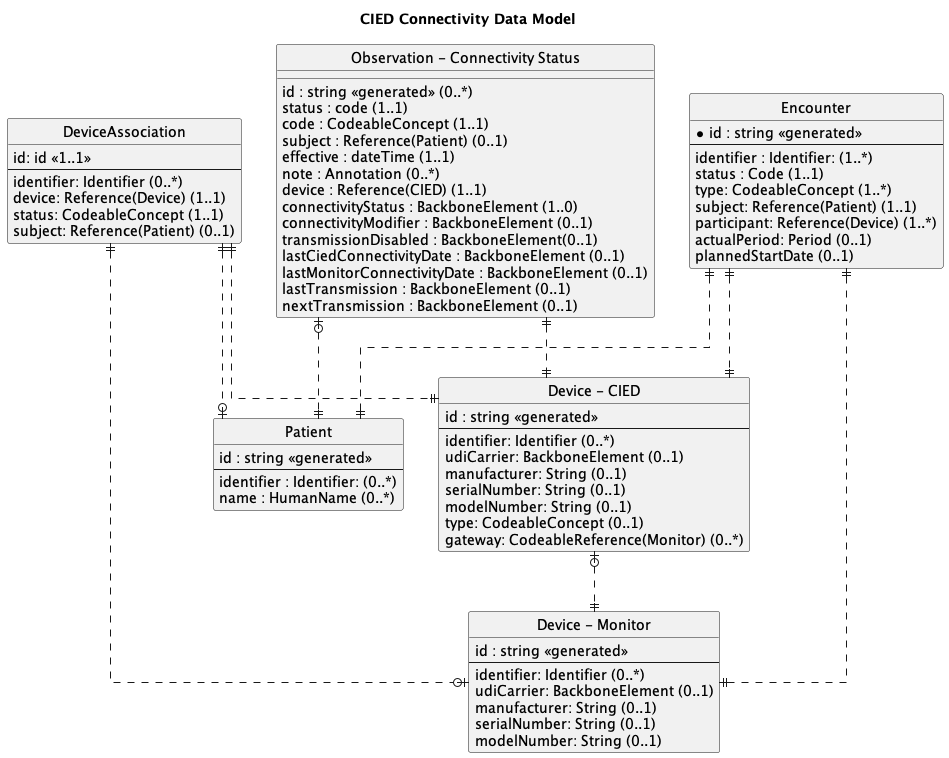
Earlier version of the PlantUML export input/images/data-model1.png (HL7/CardX-CIED). Source of this version:
```plantuml
@startuml
title CIED Connectivity Data Model

hide circle

skinparam linetype ortho

entity "Patient" as Patient {
  id : string <<generated>>
  --
  identifier : Identifier: (0..*)
  name : HumanName (0..*)
}

entity "Device - CIED" as cied {
  id : string <<generated>>
  --
  identifier: Identifier (0..*)
  udiCarrier: BackboneElement (0..1)
  manufacturer: String (0..1)
  serialNumber: String (0..1)
  modelNumber: String (0..1)
  type: CodeableConcept (0..1)
  gateway: CodeableReference(Monitor) (0..*)
}

entity "Device - Monitor" as monitor {
  id : string <<generated>>
  --
  identifier: Identifier (0..*)
  udiCarrier: BackboneElement (0..1)
  manufacturer: String (0..1)
  serialNumber: String (0..1)
  modelNumber: String (0..1)
}

entity "DeviceAssociation" as devassoc {
    id: id <<1..1>>
    --
    identifier: Identifier (0..*)
    device: Reference(Device) (1..1)
    status: CodeableConcept (1..1)
    subject: Reference(Patient) (0..1)
}

entity "Observation - Connectivity Status" as Connectivity {
    id : string <<generated>> (0..*)
    status : code (1..1)
    code : CodeableConcept (1..1)
    subject : Reference(Patient) (0..1)
    effective : dateTime (1..1)
    note : Annotation (0..*)
    device : Reference(CIED) (1..1)
    connectivityStatus : BackboneElement (1..0)
    connectivityModifier : BackboneElement (0..1)
    transmissionDisabled : BackboneElement(0..1)
    lastCiedConnectivityDate : BackboneElement (0..1)
    lastMonitorConnectivityDate : BackboneElement (0..1)
    lastTransmission : BackboneElement (0..1)
    nextTransmission : BackboneElement (0..1)
}

entity "Encounter" as Encounter {
  *id : string <<generated>>
  --
  identifier : Identifier: (1..*)
  status : Code (1..1)
  type: CodeableConcept (1..*)
  subject: Reference(Patient) (1..1)
  participant: Reference(Device) (1..*)
  actualPeriod: Period (0..1)
  plannedStartDate (0..1)
}

Connectivity |o..|| Patient
Connectivity ||..|| cied
cied |o..|| monitor
devassoc ||..|| cied
devassoc ||..o| Patient
devassoc ||..o| monitor
Encounter ||..|| Patient
Encounter ||..|| cied
Encounter ||..|| monitor

@enduml
```
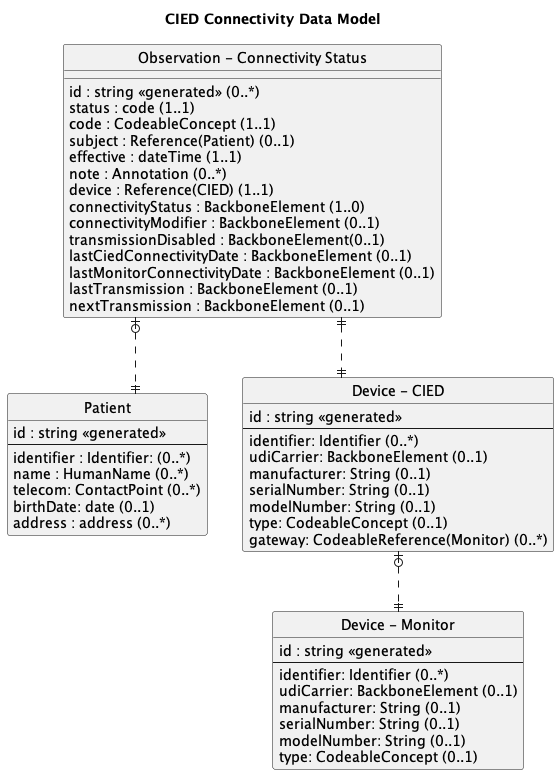
After the commit.

Change to the diagram source:
```diff
@@ -10,6 +10,9 @@
   --
   identifier : Identifier: (0..*)
   name : HumanName (0..*)
+  telecom: ContactPoint (0..*)
+  birthDate: date (0..1)
+  address : address (0..*)
 }
 
 entity "Device - CIED" as cied {
@@ -32,15 +35,7 @@
   manufacturer: String (0..1)
   serialNumber: String (0..1)
   modelNumber: String (0..1)
-}
-
-entity "DeviceAssociation" as devassoc {
-    id: id <<1..1>>
-    --
-    identifier: Identifier (0..*)
-    device: Reference(Device) (1..1)
-    status: CodeableConcept (1..1)
-    subject: Reference(Patient) (0..1)
+  type: CodeableConcept (0..1)
 }
 
 entity "Observation - Connectivity Status" as Connectivity {
@@ -60,26 +55,7 @@
     nextTransmission : BackboneElement (0..1)
 }
 
-entity "Encounter" as Encounter {
-  *id : string <<generated>>
-  --
-  identifier : Identifier: (1..*)
-  status : Code (1..1)
-  type: CodeableConcept (1..*)
-  subject: Reference(Patient) (1..1)
-  participant: Reference(Device) (1..*)
-  actualPeriod: Period (0..1)
-  plannedStartDate (0..1)
-}
-
 Connectivity |o..|| Patient
 Connectivity ||..|| cied
 cied |o..|| monitor
-devassoc ||..|| cied
-devassoc ||..o| Patient
-devassoc ||..o| monitor
-Encounter ||..|| Patient
-Encounter ||..|| cied
-Encounter ||..|| monitor
-
 @enduml
```
